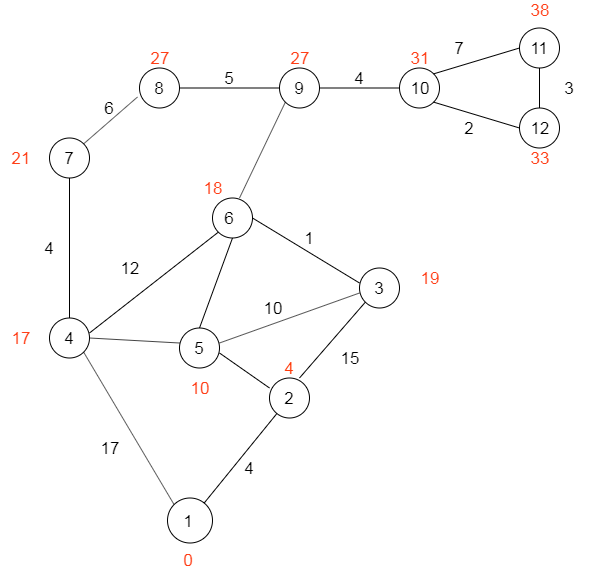
Earlier version of the draw.io export finish.png (otusteamedu/PHP). Source tidied: cells renumbered, new cells last; positions are measured from the earlier drawing's top-left corner, leaving out a move shared by most shapes. The source it was exported from:
```xml
<mxGraphModel>
  <root>
    <mxCell id="0" />
    <mxCell id="1" parent="0" />
    <mxCell id="2" style="ellipse;whiteSpace=wrap;html=1;" parent="1" vertex="1">
      <mxGeometry x="167" y="497.5" width="45" height="45" as="geometry" />
    </mxCell>
    <mxCell id="3" style="ellipse;whiteSpace=wrap;html=1;" parent="1" vertex="1">
      <mxGeometry x="269" y="377.5" width="40" height="40" as="geometry" />
    </mxCell>
    <mxCell id="4" style="endArrow=none;html=1;" parent="1" edge="1" source="2" target="3">
      <mxGeometry relative="1" as="geometry" />
    </mxCell>
    <mxCell id="5" style="ellipse;whiteSpace=wrap;html=1;" parent="1" vertex="1">
      <mxGeometry x="179" y="327.5" width="40" height="40" as="geometry" />
    </mxCell>
    <mxCell id="6" style="ellipse;whiteSpace=wrap;html=1;" parent="1" vertex="1">
      <mxGeometry x="359" y="267.5" width="40" height="40" as="geometry" />
    </mxCell>
    <mxCell id="7" style="ellipse;whiteSpace=wrap;html=1;" parent="1" vertex="1">
      <mxGeometry x="49" y="317.5" width="40" height="40" as="geometry" />
    </mxCell>
    <mxCell id="8" value="1" style="text;html=1;strokeColor=none;fillColor=none;align=center;verticalAlign=middle;whiteSpace=wrap;rounded=0;strokeWidth=1;fontSize=17;" parent="1" vertex="1">
      <mxGeometry x="167" y="510.5" width="42" height="20" as="geometry" />
    </mxCell>
    <mxCell id="9" value="2" style="text;html=1;strokeColor=none;fillColor=none;align=center;verticalAlign=middle;whiteSpace=wrap;rounded=0;fontSize=17;" parent="1" vertex="1">
      <mxGeometry x="269" y="387.5" width="40" height="20" as="geometry" />
    </mxCell>
    <mxCell id="10" value="5" style="text;html=1;strokeColor=none;fillColor=none;align=center;verticalAlign=middle;whiteSpace=wrap;rounded=0;fontSize=17;" parent="1" vertex="1">
      <mxGeometry x="179" y="337.5" width="40" height="20" as="geometry" />
    </mxCell>
    <mxCell id="11" value="3" style="text;html=1;strokeColor=none;fillColor=none;align=center;verticalAlign=middle;whiteSpace=wrap;rounded=0;fontSize=17;" parent="1" vertex="1">
      <mxGeometry x="359" y="277.5" width="40" height="20" as="geometry" />
    </mxCell>
    <mxCell id="12" value="4" style="text;html=1;strokeColor=none;fillColor=none;align=center;verticalAlign=middle;whiteSpace=wrap;rounded=0;fontSize=17;" parent="1" vertex="1">
      <mxGeometry x="49" y="327.5" width="40" height="20" as="geometry" />
    </mxCell>
    <mxCell id="13" style="ellipse;whiteSpace=wrap;html=1;strokeWidth=1;fontSize=17;" parent="1" vertex="1">
      <mxGeometry x="212" y="197.5" width="40" height="40" as="geometry" />
    </mxCell>
    <mxCell id="14" style="ellipse;whiteSpace=wrap;html=1;strokeWidth=1;fontSize=17;" parent="1" vertex="1">
      <mxGeometry x="49" y="137.5" width="40" height="40" as="geometry" />
    </mxCell>
    <mxCell id="15" style="ellipse;whiteSpace=wrap;html=1;strokeWidth=1;fontSize=17;" parent="1" vertex="1">
      <mxGeometry x="139" y="67.5" width="40" height="40" as="geometry" />
    </mxCell>
    <mxCell id="16" style="ellipse;whiteSpace=wrap;html=1;strokeWidth=1;fontSize=17;" parent="1" vertex="1">
      <mxGeometry x="279" y="67.5" width="40" height="40" as="geometry" />
    </mxCell>
    <mxCell id="17" style="ellipse;whiteSpace=wrap;html=1;strokeWidth=1;fontSize=17;" parent="1" vertex="1">
      <mxGeometry x="399" y="67.5" width="40" height="40" as="geometry" />
    </mxCell>
    <mxCell id="18" style="ellipse;whiteSpace=wrap;html=1;strokeWidth=1;fontSize=17;" parent="1" vertex="1">
      <mxGeometry x="519" y="27.5" width="40" height="40" as="geometry" />
    </mxCell>
    <mxCell id="19" style="ellipse;whiteSpace=wrap;html=1;strokeWidth=1;fontSize=17;" parent="1" vertex="1">
      <mxGeometry x="519" y="107.5" width="40" height="40" as="geometry" />
    </mxCell>
    <mxCell id="20" style="endArrow=none;html=1;fontSize=17;entryX=0;entryY=0;entryDx=0;entryDy=0;exitX=1;exitY=1;exitDx=0;exitDy=0;" parent="1" edge="1" source="7" target="2">
      <mxGeometry relative="1" as="geometry" />
    </mxCell>
    <mxCell id="21" style="endArrow=none;html=1;fontSize=17;exitX=1;exitY=0.25;exitDx=0;exitDy=0;entryX=0;entryY=1;entryDx=0;entryDy=0;" parent="1" edge="1" source="12" target="13">
      <mxGeometry relative="1" as="geometry" />
    </mxCell>
    <mxCell id="22" style="endArrow=none;html=1;fontSize=17;exitX=1;exitY=0.75;exitDx=0;exitDy=0;" parent="1" edge="1" source="10">
      <mxGeometry relative="1" as="geometry">
        <mxPoint x="269" y="387.5" as="targetPoint" />
      </mxGeometry>
    </mxCell>
    <mxCell id="23" style="endArrow=none;html=1;fontSize=17;entryX=0.5;entryY=1;entryDx=0;entryDy=0;exitX=0.5;exitY=0;exitDx=0;exitDy=0;" parent="1" edge="1" source="5" target="13">
      <mxGeometry relative="1" as="geometry" />
    </mxCell>
    <mxCell id="24" style="endArrow=none;html=1;fontSize=17;exitX=1;exitY=0.25;exitDx=0;exitDy=0;entryX=0;entryY=0.75;entryDx=0;entryDy=0;" parent="1" edge="1" source="10" target="11">
      <mxGeometry relative="1" as="geometry" />
    </mxCell>
    <mxCell id="25" style="endArrow=none;html=1;fontSize=17;exitX=0;exitY=0.25;exitDx=0;exitDy=0;entryX=1;entryY=0.5;entryDx=0;entryDy=0;" parent="1" edge="1" source="11" target="13">
      <mxGeometry relative="1" as="geometry" />
    </mxCell>
    <mxCell id="26" style="endArrow=none;html=1;fontSize=17;exitX=0.5;exitY=0;exitDx=0;exitDy=0;entryX=0.5;entryY=1;entryDx=0;entryDy=0;" parent="1" edge="1" source="7" target="14">
      <mxGeometry relative="1" as="geometry" />
    </mxCell>
    <mxCell id="27" style="endArrow=none;html=1;fontSize=17;exitX=1;exitY=0;exitDx=0;exitDy=0;entryX=-0.05;entryY=0.725;entryDx=0;entryDy=0;entryPerimeter=0;" parent="1" edge="1" source="14" target="15">
      <mxGeometry relative="1" as="geometry" />
    </mxCell>
    <mxCell id="28" style="endArrow=none;html=1;fontSize=17;exitX=1;exitY=0.5;exitDx=0;exitDy=0;" parent="1" edge="1" source="15" target="16">
      <mxGeometry relative="1" as="geometry" />
    </mxCell>
    <mxCell id="29" style="endArrow=none;html=1;fontSize=17;exitX=1;exitY=0.5;exitDx=0;exitDy=0;entryX=0;entryY=0.5;entryDx=0;entryDy=0;" parent="1" edge="1" source="16" target="17">
      <mxGeometry relative="1" as="geometry" />
    </mxCell>
    <mxCell id="30" style="endArrow=none;html=1;fontSize=17;exitX=0.675;exitY=0;exitDx=0;exitDy=0;exitPerimeter=0;entryX=0;entryY=1;entryDx=0;entryDy=0;" parent="1" edge="1" source="13" target="16">
      <mxGeometry relative="1" as="geometry" />
    </mxCell>
    <mxCell id="31" style="endArrow=none;html=1;fontSize=17;exitX=1;exitY=0;exitDx=0;exitDy=0;entryX=0;entryY=0.5;entryDx=0;entryDy=0;" parent="1" edge="1" source="17">
      <mxGeometry relative="1" as="geometry">
        <mxPoint x="519" y="47.5" as="targetPoint" />
      </mxGeometry>
    </mxCell>
    <mxCell id="32" style="endArrow=none;html=1;fontSize=17;entryX=0;entryY=0.5;entryDx=0;entryDy=0;exitX=1;exitY=1;exitDx=0;exitDy=0;" parent="1" edge="1" source="17" target="19">
      <mxGeometry relative="1" as="geometry" />
    </mxCell>
    <mxCell id="33" style="endArrow=none;html=1;fontSize=17;exitX=0.5;exitY=0;exitDx=0;exitDy=0;entryX=0.5;entryY=1;entryDx=0;entryDy=0;" parent="1" edge="1" source="19">
      <mxGeometry relative="1" as="geometry">
        <mxPoint x="539" y="67.5" as="targetPoint" />
      </mxGeometry>
    </mxCell>
    <mxCell id="34" value="6" style="text;html=1;strokeColor=none;fillColor=none;align=center;verticalAlign=middle;whiteSpace=wrap;rounded=0;fontSize=17;" parent="1" vertex="1">
      <mxGeometry x="209" y="207.5" width="40" height="20" as="geometry" />
    </mxCell>
    <mxCell id="35" value="7" style="text;html=1;strokeColor=none;fillColor=none;align=center;verticalAlign=middle;whiteSpace=wrap;rounded=0;fontSize=17;" parent="1" vertex="1">
      <mxGeometry x="49" y="147.5" width="40" height="20" as="geometry" />
    </mxCell>
    <mxCell id="36" value="8" style="text;html=1;strokeColor=none;fillColor=none;align=center;verticalAlign=middle;whiteSpace=wrap;rounded=0;fontSize=17;" parent="1" vertex="1">
      <mxGeometry x="139" y="77.5" width="40" height="20" as="geometry" />
    </mxCell>
    <mxCell id="37" value="9" style="text;html=1;strokeColor=none;fillColor=none;align=center;verticalAlign=middle;whiteSpace=wrap;rounded=0;fontSize=17;" parent="1" vertex="1">
      <mxGeometry x="279" y="77.5" width="40" height="20" as="geometry" />
    </mxCell>
    <mxCell id="38" value="10" style="text;html=1;strokeColor=none;fillColor=none;align=center;verticalAlign=middle;whiteSpace=wrap;rounded=0;fontSize=17;" parent="1" vertex="1">
      <mxGeometry x="399" y="77.5" width="40" height="20" as="geometry" />
    </mxCell>
    <mxCell id="39" value="11" style="text;html=1;strokeColor=none;fillColor=none;align=center;verticalAlign=middle;whiteSpace=wrap;rounded=0;fontSize=17;" parent="1" vertex="1">
      <mxGeometry x="519" y="37.5" width="40" height="20" as="geometry" />
    </mxCell>
    <mxCell id="40" value="12" style="text;html=1;strokeColor=none;fillColor=none;align=center;verticalAlign=middle;whiteSpace=wrap;rounded=0;fontSize=17;" parent="1" vertex="1">
      <mxGeometry x="519" y="117.5" width="40" height="20" as="geometry" />
    </mxCell>
    <mxCell id="41" style="endArrow=none;html=1;fontSize=17;exitX=1;exitY=0.5;exitDx=0;exitDy=0;entryX=0;entryY=0.25;entryDx=0;entryDy=0;" parent="1" edge="1" source="12" target="10">
      <mxGeometry relative="1" as="geometry" />
    </mxCell>
    <mxCell id="42" style="endArrow=none;html=1;fontSize=17;entryX=0;entryY=1;entryDx=0;entryDy=0;exitX=0.75;exitY=0;exitDx=0;exitDy=0;exitPerimeter=0;" parent="1" edge="1" source="3" target="6">
      <mxGeometry relative="1" as="geometry" />
    </mxCell>
    <mxCell id="43" value="4" style="text;html=1;strokeColor=none;fillColor=none;align=center;verticalAlign=middle;whiteSpace=wrap;rounded=0;fontSize=17;" parent="1" vertex="1">
      <mxGeometry x="229" y="457.5" width="40" height="20" as="geometry" />
    </mxCell>
    <mxCell id="44" value="15" style="text;html=1;strokeColor=none;fillColor=none;align=center;verticalAlign=middle;whiteSpace=wrap;rounded=0;fontSize=17;" parent="1" vertex="1">
      <mxGeometry x="329" y="347.5" width="40" height="20" as="geometry" />
    </mxCell>
    <mxCell id="45" value="17" style="text;html=1;strokeColor=none;fillColor=none;align=center;verticalAlign=middle;whiteSpace=wrap;rounded=0;fontSize=17;" parent="1" vertex="1">
      <mxGeometry x="89" y="437.5" width="40" height="20" as="geometry" />
    </mxCell>
    <mxCell id="46" value="12" style="text;html=1;strokeColor=none;fillColor=none;align=center;verticalAlign=middle;whiteSpace=wrap;rounded=0;fontSize=17;" parent="1" vertex="1">
      <mxGeometry x="109" y="257.5" width="40" height="20" as="geometry" />
    </mxCell>
    <mxCell id="47" value="1" style="text;html=1;strokeColor=none;fillColor=none;align=center;verticalAlign=middle;whiteSpace=wrap;rounded=0;fontSize=17;" parent="1" vertex="1">
      <mxGeometry x="289" y="227.5" width="40" height="20" as="geometry" />
    </mxCell>
    <mxCell id="48" value="10" style="text;html=1;strokeColor=none;fillColor=none;align=center;verticalAlign=middle;whiteSpace=wrap;rounded=0;fontSize=17;" parent="1" vertex="1">
      <mxGeometry x="252" y="297.5" width="40" height="20" as="geometry" />
    </mxCell>
    <mxCell id="49" value="4" style="text;html=1;strokeColor=none;fillColor=none;align=center;verticalAlign=middle;whiteSpace=wrap;rounded=0;fontSize=17;" parent="1" vertex="1">
      <mxGeometry x="29" y="237.5" width="40" height="20" as="geometry" />
    </mxCell>
    <mxCell id="50" value="6" style="text;html=1;strokeColor=none;fillColor=none;align=center;verticalAlign=middle;whiteSpace=wrap;rounded=0;fontSize=17;" parent="1" vertex="1">
      <mxGeometry x="89" y="97.5" width="40" height="20" as="geometry" />
    </mxCell>
    <mxCell id="51" value="5" style="text;html=1;strokeColor=none;fillColor=none;align=center;verticalAlign=middle;whiteSpace=wrap;rounded=0;fontSize=17;" parent="1" vertex="1">
      <mxGeometry x="209" y="67.5" width="40" height="20" as="geometry" />
    </mxCell>
    <mxCell id="52" value="4" style="text;html=1;strokeColor=none;fillColor=none;align=center;verticalAlign=middle;whiteSpace=wrap;rounded=0;fontSize=17;" parent="1" vertex="1">
      <mxGeometry x="339" y="67.5" width="40" height="20" as="geometry" />
    </mxCell>
    <mxCell id="53" value="7" style="text;html=1;strokeColor=none;fillColor=none;align=center;verticalAlign=middle;whiteSpace=wrap;rounded=0;fontSize=17;" parent="1" vertex="1">
      <mxGeometry x="439" y="37.5" width="40" height="20" as="geometry" />
    </mxCell>
    <mxCell id="54" value="2" style="text;html=1;strokeColor=none;fillColor=none;align=center;verticalAlign=middle;whiteSpace=wrap;rounded=0;fontSize=17;" parent="1" vertex="1">
      <mxGeometry x="449" y="117.5" width="40" height="20" as="geometry" />
    </mxCell>
    <mxCell id="55" value="3" style="text;html=1;strokeColor=none;fillColor=none;align=center;verticalAlign=middle;whiteSpace=wrap;rounded=0;fontSize=17;" parent="1" vertex="1">
      <mxGeometry x="549" y="77.5" width="40" height="20" as="geometry" />
    </mxCell>
    <mxCell id="56" value="&lt;font color=&quot;#ff3908&quot;&gt;4&lt;/font&gt;" style="text;html=1;strokeColor=none;fillColor=none;align=center;verticalAlign=middle;whiteSpace=wrap;rounded=0;fontSize=17;" parent="1" vertex="1">
      <mxGeometry x="269" y="357.5" width="40" height="20" as="geometry" />
    </mxCell>
    <mxCell id="57" value="17" style="text;html=1;strokeColor=none;fillColor=none;align=center;verticalAlign=middle;whiteSpace=wrap;rounded=0;fontSize=17;fontColor=#FF3E17;" parent="1" vertex="1">
      <mxGeometry y="327.5" width="40" height="20" as="geometry" />
    </mxCell>
    <mxCell id="58" value="21" style="text;html=1;strokeColor=none;fillColor=none;align=center;verticalAlign=middle;whiteSpace=wrap;rounded=0;fontSize=17;fontColor=#FF3E17;" parent="1" vertex="1">
      <mxGeometry y="147.5" width="40" height="20" as="geometry" />
    </mxCell>
    <mxCell id="59" value="27" style="text;html=1;strokeColor=none;fillColor=none;align=center;verticalAlign=middle;whiteSpace=wrap;rounded=0;fontSize=17;fontColor=#FF3E17;" parent="1" vertex="1">
      <mxGeometry x="139" y="47.5" width="40" height="20" as="geometry" />
    </mxCell>
    <mxCell id="60" value="27" style="text;html=1;strokeColor=none;fillColor=none;align=center;verticalAlign=middle;whiteSpace=wrap;rounded=0;fontSize=17;fontColor=#FF3E17;" parent="1" vertex="1">
      <mxGeometry x="279" y="47.5" width="40" height="20" as="geometry" />
    </mxCell>
    <mxCell id="61" value="31" style="text;html=1;strokeColor=none;fillColor=none;align=center;verticalAlign=middle;whiteSpace=wrap;rounded=0;fontSize=17;fontColor=#FF3E17;" parent="1" vertex="1">
      <mxGeometry x="399" y="47.5" width="40" height="20" as="geometry" />
    </mxCell>
    <mxCell id="62" value="38" style="text;html=1;strokeColor=none;fillColor=none;align=center;verticalAlign=middle;whiteSpace=wrap;rounded=0;fontSize=17;fontColor=#FF3E17;" parent="1" vertex="1">
      <mxGeometry x="519" width="40" height="20" as="geometry" />
    </mxCell>
    <mxCell id="63" value="33" style="text;html=1;strokeColor=none;fillColor=none;align=center;verticalAlign=middle;whiteSpace=wrap;rounded=0;fontSize=17;fontColor=#FF3E17;" parent="1" vertex="1">
      <mxGeometry x="519" y="147.5" width="40" height="20" as="geometry" />
    </mxCell>
    <mxCell id="64" value="10" style="text;html=1;strokeColor=none;fillColor=none;align=center;verticalAlign=middle;whiteSpace=wrap;rounded=0;fontSize=17;fontColor=#FF3E17;" parent="1" vertex="1">
      <mxGeometry x="179" y="377.5" width="40" height="20" as="geometry" />
    </mxCell>
    <mxCell id="65" value="18" style="text;html=1;strokeColor=none;fillColor=none;align=center;verticalAlign=middle;whiteSpace=wrap;rounded=0;fontSize=17;fontColor=#FF3E17;" parent="1" vertex="1">
      <mxGeometry x="192" y="177.5" width="40" height="20" as="geometry" />
    </mxCell>
    <mxCell id="66" value="19" style="text;html=1;strokeColor=none;fillColor=none;align=center;verticalAlign=middle;whiteSpace=wrap;rounded=0;fontSize=17;fontColor=#FF3E17;" parent="1" vertex="1">
      <mxGeometry x="409" y="267.5" width="40" height="20" as="geometry" />
    </mxCell>
    <mxCell id="67" value="0" style="text;html=1;strokeColor=none;fillColor=none;align=center;verticalAlign=middle;whiteSpace=wrap;rounded=0;fontSize=17;fontColor=#FF3E17;" parent="1" vertex="1">
      <mxGeometry x="168" y="550" width="40" height="20" as="geometry" />
    </mxCell>
  </root>
</mxGraphModel>
```
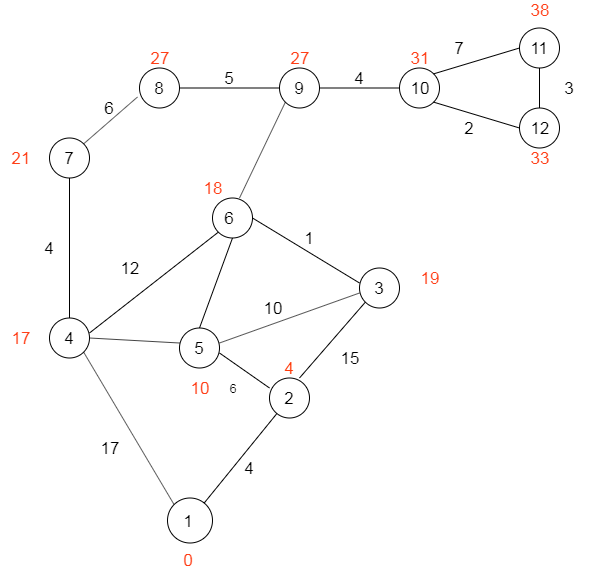
Above is the later version.

What changed in the source:
```diff
@@ -206,5 +206,8 @@
     <mxCell id="67" value="0" style="text;html=1;strokeColor=none;fillColor=none;align=center;verticalAlign=middle;whiteSpace=wrap;rounded=0;fontSize=17;fontColor=#FF3E17;" parent="1" vertex="1">
       <mxGeometry x="168" y="550" width="40" height="20" as="geometry" />
     </mxCell>
+    <mxCell id="68" value="6" style="text;html=1;strokeColor=none;fillColor=none;align=center;verticalAlign=middle;whiteSpace=wrap;rounded=0;" parent="1" vertex="1">
+      <mxGeometry x="212" y="377.5" width="40" height="20" as="geometry" />
+    </mxCell>
   </root>
 </mxGraphModel>
```
